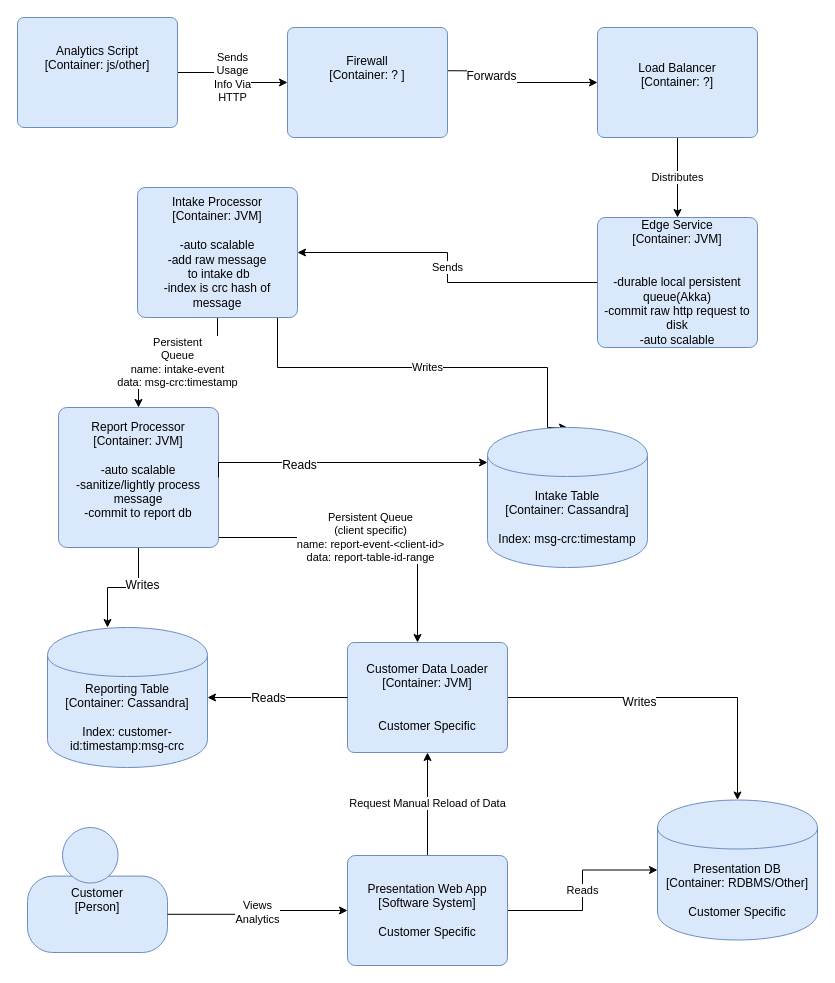
Earlier version of the draw.io diagram page "Container Diagram" (2 of 2) of analytics-arch/analytics-arch.drawio (masoudamri/SDEChallenge). Source tidied: cells renumbered, new cells numbered last; positions are measured from the earlier drawing's top-left corner, leaving out a move shared by most shapes. Both pictures are drawn from the tidied source at 100%, with x=0, y=0 at pixel (17, 17).
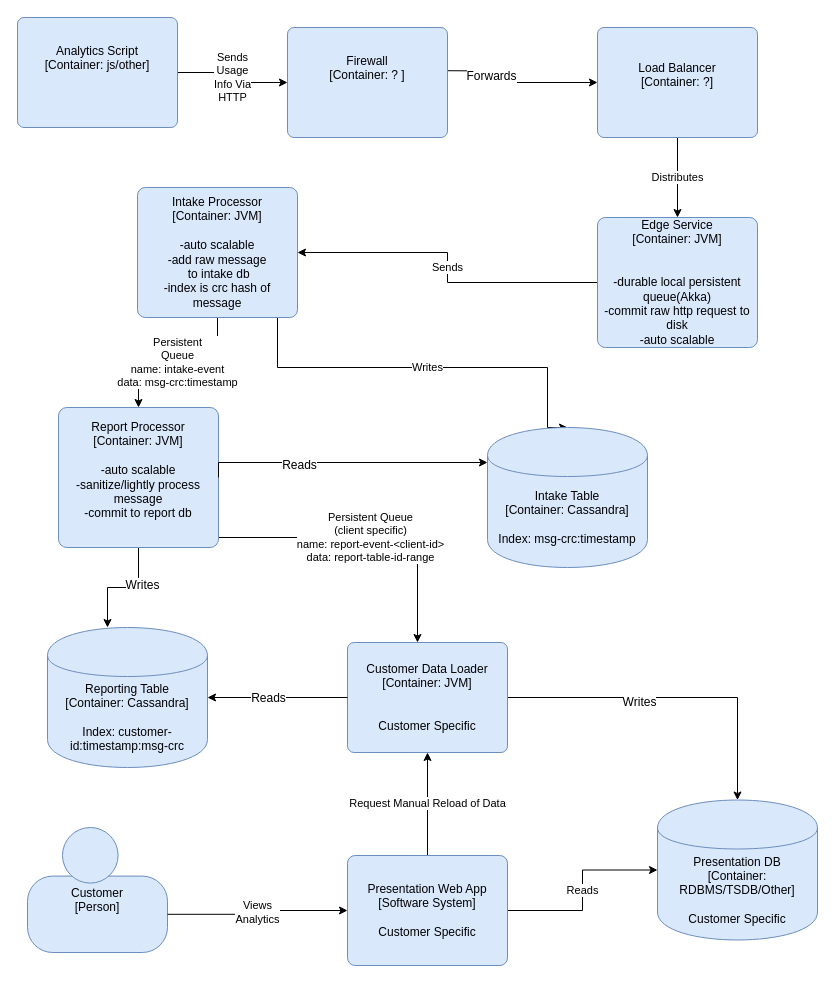
The same diagram, later.

Commit message:
clarified presentation db can be/include time series db

The edit, as a diff of the source:
```diff
@@
-    <mxCell id="27" value="&lt;span&gt;Presentation DB&lt;br&gt;&lt;/span&gt;&lt;div&gt;[Container: RDBMS/Other]&lt;/div&gt;&lt;div&gt;&lt;br&gt;&lt;/div&gt;&lt;div&gt;Customer Specific&lt;br&gt;&lt;/div&gt;" style="shape=cylinder;whiteSpace=wrap;html=1;boundedLbl=1;rounded=0;labelBackgroundColor=none;fillColor=#dae8fc;fontSize=12;fontColor=#000000;align=center;strokeColor=#6c8ebf;" parent="1" vertex="1">
+    <mxCell id="27" value="&lt;span&gt;Presentation DB&lt;br&gt;&lt;/span&gt;&lt;div&gt;[Container: RDBMS/TSDB/Other]&lt;/div&gt;&lt;div&gt;&lt;br&gt;&lt;/div&gt;&lt;div&gt;Customer Specific&lt;br&gt;&lt;/div&gt;" style="shape=cylinder;whiteSpace=wrap;html=1;boundedLbl=1;rounded=0;labelBackgroundColor=none;fillColor=#dae8fc;fontSize=12;fontColor=#000000;align=center;strokeColor=#6c8ebf;" parent="1" vertex="1">
       <mxGeometry x="640" y="782.5" width="160" height="140" as="geometry" />
     </mxCell>
```
